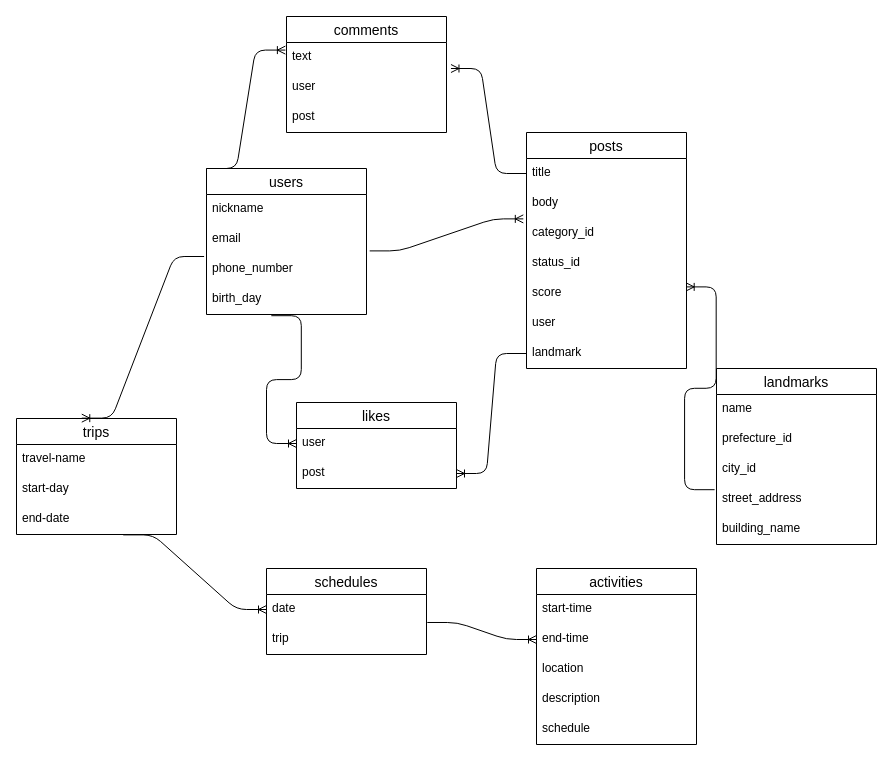
Earlier version of the draw.io diagram ER.dio (chantake1128/tabimemo). Source tidied: cells renumbered, new cells numbered last; positions are measured from the earlier drawing's top-left corner, leaving out a move shared by most shapes. Both pictures are drawn from the tidied source at 100%, with x=0, y=0 at pixel (16, 16).
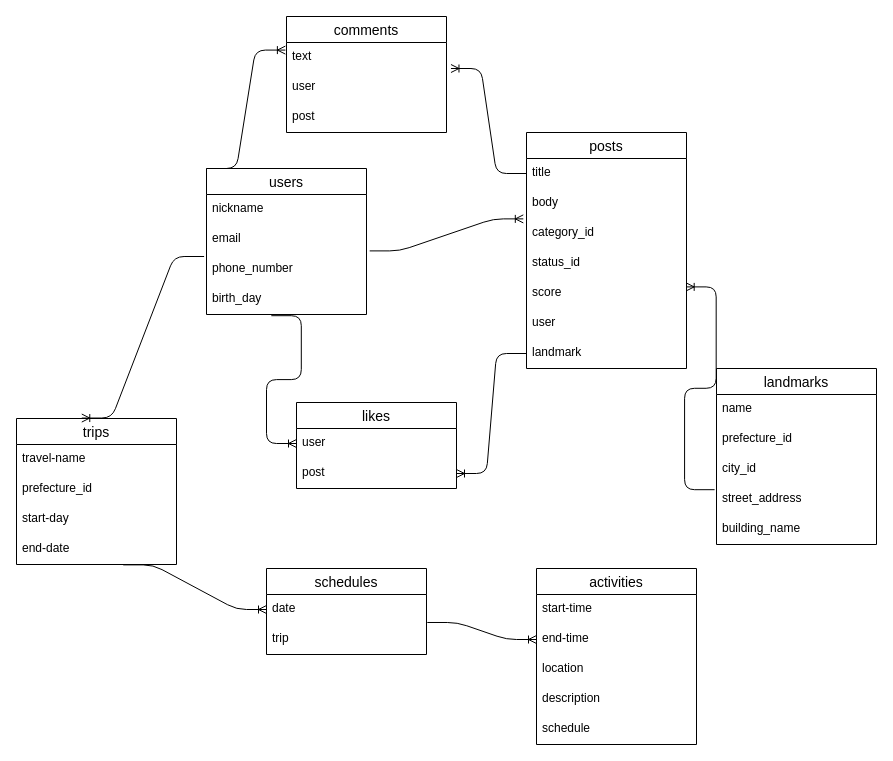
The same page after the edit.

Change to the diagram source:
```diff
@@
     <mxCell id="34" value="trips" style="swimlane;fontStyle=0;horizontal=1;startSize=26;align=center;fontSize=14;" parent="1" vertex="1">
-      <mxGeometry y="402" width="160" height="116" as="geometry" />
+      <mxGeometry y="402" width="160" height="146" as="geometry" />
     </mxCell>
@@
+    <mxCell id="50" value="prefecture_id" style="text;strokeColor=none;fillColor=none;spacingLeft=4;spacingRight=4;overflow=hidden;fontSize=12;" parent="34" vertex="1">
+      <mxGeometry y="56" width="160" height="30" as="geometry" />
+    </mxCell>
     <mxCell id="36" value="start-day" style="text;strokeColor=none;fillColor=none;spacingLeft=4;spacingRight=4;overflow=hidden;fontSize=12;" parent="34" vertex="1">
-      <mxGeometry y="56" width="160" height="30" as="geometry" />
+      <mxGeometry y="86" width="160" height="30" as="geometry" />
     </mxCell>
     <mxCell id="37" value="end-date" style="text;strokeColor=none;fillColor=none;spacingLeft=4;spacingRight=4;overflow=hidden;points=[[0,0.5],[1,0.5]];portConstraint=eastwest;fontSize=12;" parent="34" vertex="1">
-      <mxGeometry y="86" width="160" height="30" as="geometry" />
+      <mxGeometry y="116" width="160" height="30" as="geometry" />
     </mxCell>
```
